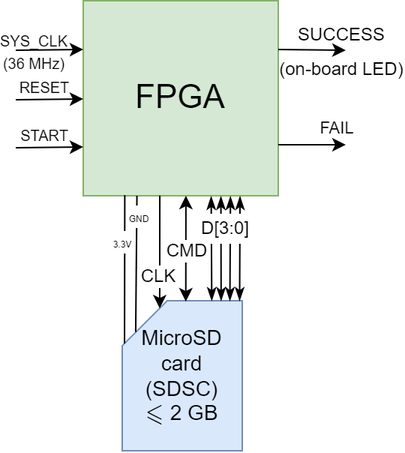
Above: docs/GhostSD_system.png in sirazenkov/GhostSD (draw.io), before the change. Source tidied: cells renumbered, new cells last; positions are measured from the earlier drawing's top-left corner, leaving out a move shared by most shapes. The source it was exported from:
```xml
<mxGraphModel math="1">
  <root>
    <mxCell id="0" />
    <mxCell id="1" parent="0" />
    <mxCell id="2" value="&lt;div style=&quot;font-size: 14px;&quot;&gt;&lt;span style=&quot;background-color: initial;&quot;&gt;&lt;font style=&quot;font-size: 14px;&quot;&gt;MicroSD card (SDSC)&lt;/font&gt;&lt;/span&gt;&lt;/div&gt;&lt;font style=&quot;font-size: 14px;&quot;&gt;&lt;div style=&quot;&quot;&gt;&lt;span style=&quot;background-color: initial;&quot;&gt;\(\leqslant\) 2 GB&lt;/span&gt;&lt;/div&gt;&lt;/font&gt;" style="shape=card;whiteSpace=wrap;html=1;fillColor=#dae8fc;strokeColor=#6c8ebf;align=center;" parent="1" vertex="1">
      <mxGeometry x="71" y="200" width="80" height="100" as="geometry" />
    </mxCell>
    <mxCell id="3" value="&lt;font style=&quot;font-size: 22px;&quot;&gt;FPGA&lt;/font&gt;" style="whiteSpace=wrap;html=1;fillColor=#d5e8d4;strokeColor=#82b366;" parent="1" vertex="1">
      <mxGeometry x="45" width="130" height="130" as="geometry" />
    </mxCell>
    <mxCell id="4" style="endArrow=classicThin;html=1;rounded=0;fontSize=22;entryX=0.804;entryY=1.003;entryDx=0;entryDy=0;exitX=0.978;exitY=0;exitDx=0;exitDy=0;exitPerimeter=0;startArrow=classicThin;startFill=1;endFill=1;entryPerimeter=0;" parent="1" edge="1" source="2">
      <mxGeometry relative="1" as="geometry">
        <mxPoint x="149.5" y="130.4" as="targetPoint" />
      </mxGeometry>
    </mxCell>
    <mxCell id="5" style="endArrow=classicThin;html=1;rounded=0;fontSize=22;entryX=0.755;entryY=1.003;entryDx=0;entryDy=0;exitX=0.897;exitY=0;exitDx=0;exitDy=0;exitPerimeter=0;startArrow=classicThin;startFill=1;endFill=1;entryPerimeter=0;" parent="1" edge="1" source="2" target="3">
      <mxGeometry relative="1" as="geometry" />
    </mxCell>
    <mxCell id="6" style="endArrow=classicThin;html=1;rounded=0;fontSize=22;exitX=0.824;exitY=0;exitDx=0;exitDy=0;exitPerimeter=0;startArrow=classicThin;startFill=1;endFill=1;entryX=0.706;entryY=1.003;entryDx=0;entryDy=0;entryPerimeter=0;" parent="1" edge="1" source="2">
      <mxGeometry relative="1" as="geometry">
        <mxPoint x="136.8" y="130.4" as="targetPoint" />
      </mxGeometry>
    </mxCell>
    <mxCell id="7" style="endArrow=classicThin;html=1;rounded=0;fontSize=22;entryX=0.656;entryY=1.003;entryDx=0;entryDy=0;exitX=0.746;exitY=0;exitDx=0;exitDy=0;exitPerimeter=0;startArrow=classicThin;startFill=1;endFill=1;entryPerimeter=0;" parent="1" edge="1" source="2" target="3">
      <mxGeometry relative="1" as="geometry" />
    </mxCell>
    <mxCell id="8" value="D[3:0]" style="text;html=1;strokeColor=none;fillColor=default;align=center;verticalAlign=middle;whiteSpace=wrap;rounded=0;fontSize=12;" parent="1" vertex="1">
      <mxGeometry x="120" y="142" width="40" height="20" as="geometry" />
    </mxCell>
    <mxCell id="9" style="endArrow=classic;html=1;rounded=0;fontSize=12;exitX=0.392;exitY=0.005;exitDx=0;exitDy=0;exitPerimeter=0;entryX=0.442;entryY=1;entryDx=0;entryDy=0;entryPerimeter=0;startArrow=classic;startFill=1;endFill=1;" parent="1" edge="1">
      <mxGeometry relative="1" as="geometry">
        <mxPoint x="113.4" y="200.5" as="sourcePoint" />
        <mxPoint x="113.5" y="130" as="targetPoint" />
      </mxGeometry>
    </mxCell>
    <mxCell id="10" value="CMD" style="edgeLabel;html=1;align=center;verticalAlign=middle;fontSize=12;" parent="9" vertex="1">
      <mxGeometry x="0.1" relative="1" as="geometry">
        <mxPoint y="5" as="offset" />
      </mxGeometry>
    </mxCell>
    <mxCell id="11" style="endArrow=none;html=1;rounded=0;fontSize=12;exitX=0.312;exitY=0.051;exitDx=0;exitDy=0;exitPerimeter=0;entryX=0.331;entryY=0.999;entryDx=0;entryDy=0;entryPerimeter=0;startArrow=classic;startFill=1;" parent="1" edge="1" source="2">
      <mxGeometry relative="1" as="geometry">
        <mxPoint x="96" y="129.9" as="targetPoint" />
      </mxGeometry>
    </mxCell>
    <mxCell id="12" value="CLK" style="edgeLabel;html=1;align=center;verticalAlign=middle;fontSize=12;" parent="11" vertex="1">
      <mxGeometry x="0.1" relative="1" as="geometry">
        <mxPoint x="-2" y="19" as="offset" />
      </mxGeometry>
    </mxCell>
    <mxCell id="13" style="endArrow=none;html=1;rounded=0;fontSize=12;entryX=0.331;entryY=0.999;entryDx=0;entryDy=0;entryPerimeter=0;exitX=0.112;exitY=0.208;exitDx=0;exitDy=0;exitPerimeter=0;" parent="1" edge="1" source="2">
      <mxGeometry relative="1" as="geometry">
        <mxPoint x="80.8" y="130" as="targetPoint" />
      </mxGeometry>
    </mxCell>
    <mxCell id="14" value="&lt;font style=&quot;font-size: 6px;&quot;&gt;GND&lt;/font&gt;" style="edgeLabel;html=1;align=center;verticalAlign=middle;fontSize=12;" parent="13" vertex="1">
      <mxGeometry x="0.1" relative="1" as="geometry">
        <mxPoint x="1" y="-27" as="offset" />
      </mxGeometry>
    </mxCell>
    <mxCell id="15" style="endArrow=none;html=1;rounded=0;fontSize=12;exitX=0.019;exitY=0.285;exitDx=0;exitDy=0;exitPerimeter=0;entryX=0.213;entryY=0.997;entryDx=0;entryDy=0;entryPerimeter=0;" parent="1" edge="1" source="2" target="3">
      <mxGeometry relative="1" as="geometry" />
    </mxCell>
    <mxCell id="16" value="&lt;font style=&quot;font-size: 6px;&quot;&gt;3.3V&lt;/font&gt;" style="edgeLabel;html=1;align=center;verticalAlign=middle;fontSize=12;" parent="15" vertex="1">
      <mxGeometry x="0.1" relative="1" as="geometry">
        <mxPoint x="-2" y="-14" as="offset" />
      </mxGeometry>
    </mxCell>
    <mxCell id="17" style="endArrow=classic;html=1;rounded=0;fontSize=6;endFill=1;entryX=0;entryY=0.75;entryDx=0;entryDy=0;" parent="1" edge="1">
      <mxGeometry relative="1" as="geometry">
        <mxPoint y="98" as="sourcePoint" />
        <mxPoint x="45" y="97.5" as="targetPoint" />
      </mxGeometry>
    </mxCell>
    <mxCell id="18" value="START" style="edgeLabel;html=1;align=center;verticalAlign=middle;fontSize=10;" parent="17" vertex="1">
      <mxGeometry x="-0.41" y="1" relative="1" as="geometry">
        <mxPoint x="5" y="-7" as="offset" />
      </mxGeometry>
    </mxCell>
    <mxCell id="19" style="endArrow=classic;html=1;rounded=0;fontSize=6;exitX=1;exitY=0.25;exitDx=0;exitDy=0;endFill=1;" parent="1" edge="1" source="3">
      <mxGeometry relative="1" as="geometry">
        <mxPoint x="220" y="33" as="targetPoint" />
      </mxGeometry>
    </mxCell>
    <mxCell id="20" value="&lt;font style=&quot;&quot;&gt;&lt;span style=&quot;font-size: 12px;&quot;&gt;SUCCESS&lt;/span&gt;&lt;br&gt;&lt;font style=&quot;font-size: 7px;&quot;&gt;&amp;nbsp;&lt;/font&gt;&lt;br&gt;&lt;span style=&quot;font-size: 12px;&quot;&gt;(on-board LED)&lt;/span&gt;&lt;br&gt;&lt;/font&gt;" style="edgeLabel;html=1;align=center;verticalAlign=middle;fontSize=6;labelBackgroundColor=none;" parent="19" vertex="1">
      <mxGeometry x="0.7" relative="1" as="geometry">
        <mxPoint x="4" as="offset" />
      </mxGeometry>
    </mxCell>
    <mxCell id="21" style="endArrow=classic;html=1;rounded=0;fontSize=12;fontColor=#0000FF;strokeColor=#000000;entryX=0;entryY=0.25;entryDx=0;entryDy=0;" parent="1" edge="1" target="3">
      <mxGeometry relative="1" as="geometry">
        <mxPoint y="33" as="sourcePoint" />
      </mxGeometry>
    </mxCell>
    <mxCell id="22" value="&lt;font style=&quot;font-size: 10px;&quot; color=&quot;#000000&quot;&gt;SYS_CLK&lt;br&gt;(36 MHz)&lt;br&gt;&lt;/font&gt;" style="edgeLabel;html=1;align=center;verticalAlign=middle;fontSize=12;fontColor=#0000FF;labelBackgroundColor=none;" parent="21" vertex="1">
      <mxGeometry x="-0.92" y="-1" relative="1" as="geometry">
        <mxPoint x="9" y="-1" as="offset" />
      </mxGeometry>
    </mxCell>
    <mxCell id="23" style="endArrow=classic;html=1;rounded=0;endFill=1;" parent="1" edge="1">
      <mxGeometry relative="1" as="geometry">
        <mxPoint x="175" y="96" as="sourcePoint" />
        <mxPoint x="220" y="96" as="targetPoint" />
      </mxGeometry>
    </mxCell>
    <mxCell id="24" value="FAIL" style="edgeLabel;html=1;align=center;verticalAlign=middle;labelBackgroundColor=none;" parent="23" vertex="1">
      <mxGeometry x="-0.7" y="-2" relative="1" as="geometry">
        <mxPoint x="31" y="-14" as="offset" />
      </mxGeometry>
    </mxCell>
    <mxCell id="25" style="endArrow=classic;html=1;rounded=0;fontSize=6;endFill=1;entryX=0;entryY=0.75;entryDx=0;entryDy=0;" parent="1" edge="1">
      <mxGeometry relative="1" as="geometry">
        <mxPoint y="66" as="sourcePoint" />
        <mxPoint x="45" y="65.5" as="targetPoint" />
      </mxGeometry>
    </mxCell>
    <mxCell id="26" value="RESET" style="edgeLabel;html=1;align=center;verticalAlign=middle;fontSize=10;" parent="25" vertex="1">
      <mxGeometry x="-0.41" y="1" relative="1" as="geometry">
        <mxPoint x="5" y="-7" as="offset" />
      </mxGeometry>
    </mxCell>
  </root>
</mxGraphModel>
```
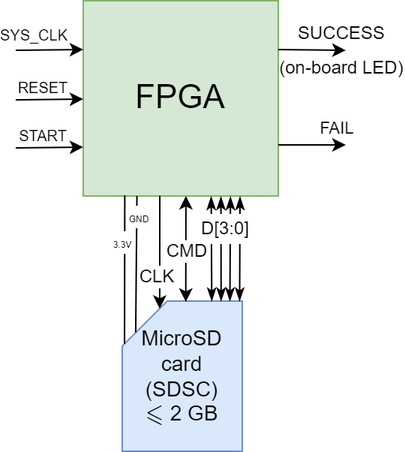
Above is the later version.

What changed in the source:
```diff
@@ -92,9 +92,9 @@
         <mxPoint y="33" as="sourcePoint" />
       </mxGeometry>
     </mxCell>
-    <mxCell id="22" value="&lt;font style=&quot;font-size: 10px;&quot; color=&quot;#000000&quot;&gt;SYS_CLK&lt;br&gt;(36 MHz)&lt;br&gt;&lt;/font&gt;" style="edgeLabel;html=1;align=center;verticalAlign=middle;fontSize=12;fontColor=#0000FF;labelBackgroundColor=none;" parent="21" vertex="1">
+    <mxCell id="22" value="&lt;font style=&quot;font-size: 10px;&quot; color=&quot;#000000&quot;&gt;SYS_CLK&lt;br&gt;&lt;/font&gt;" style="edgeLabel;html=1;align=center;verticalAlign=middle;fontSize=12;fontColor=#0000FF;labelBackgroundColor=none;" parent="21" vertex="1">
       <mxGeometry x="-0.92" y="-1" relative="1" as="geometry">
-        <mxPoint x="9" y="-1" as="offset" />
+        <mxPoint x="9" y="-11" as="offset" />
       </mxGeometry>
     </mxCell>
     <mxCell id="23" style="endArrow=classic;html=1;rounded=0;endFill=1;" parent="1" edge="1">
```
